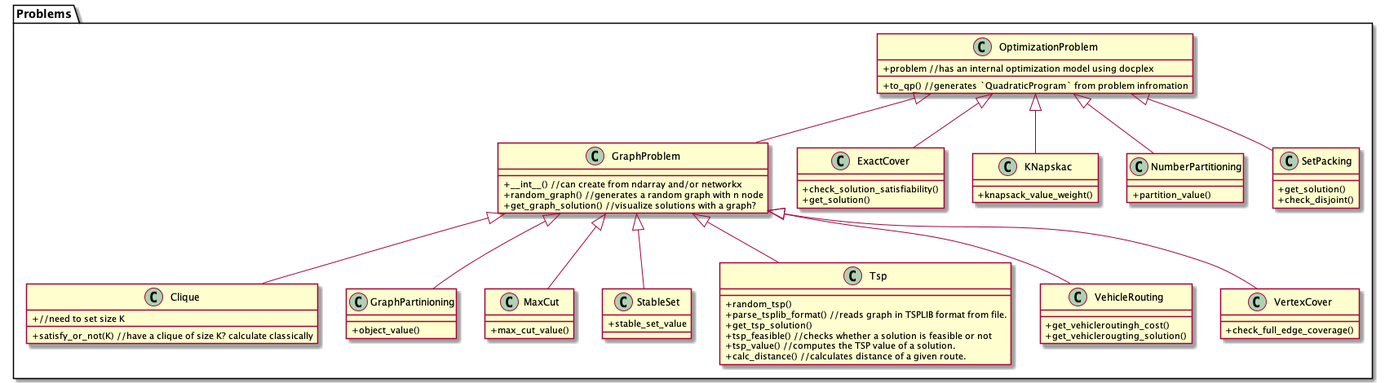
The PlantUML diagram out/problems/problems.png in a-matsuo/optimization_class, before a commit.
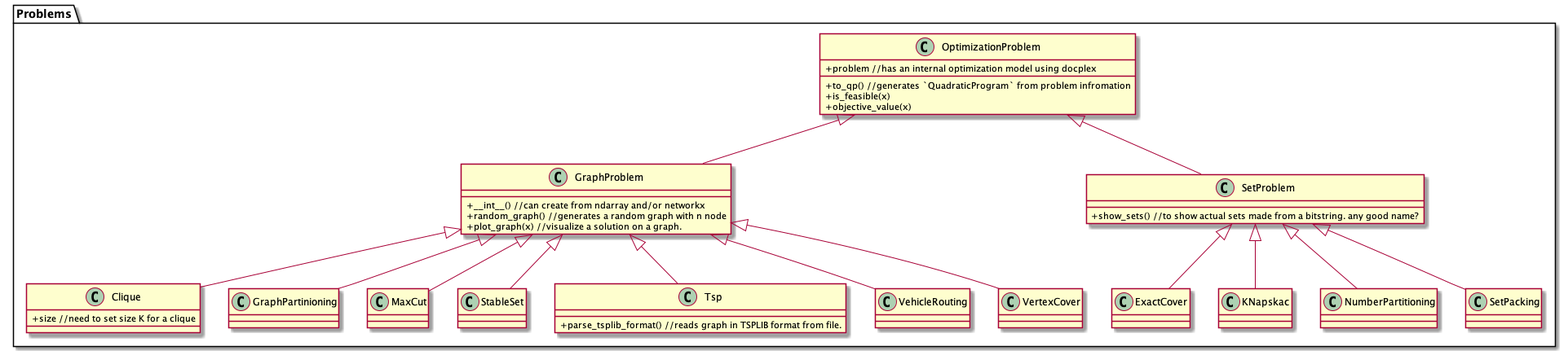
The same diagram one commit later.

Diff of the diagram source:
```diff
@@ -5,84 +5,78 @@
     {
         +problem //has an internal optimization model using docplex
         +to_qp() //generates `QuadraticProgram` from problem infromation
-
+        +is_feasible(x)
+        +objective_value(x)
     }
     class GraphProblem
     {
         +__int__() //can create from ndarray and/or networkx
         +random_graph() //generates a random graph with n node
-        +get_graph_solution() //visualize solutions with a graph?
-
+        +plot_graph(x) //visualize a solution on a graph.
     }
 
     class Clique
     {
-        +//need to set size K
-        +satisfy_or_not(K) //have a clique of size K? calculate classically
+        +size //need to set size K for a clique
     }
 
     class ExactCover
     {
-        +check_solution_satisfiability()
-        +get_solution()
     }
 
     class GraphPartinioning
     {
-        +object_value()
+
     }
 
     class KNapskac
     {
-        +knapsack_value_weight()
 
     }
 
     class MaxCut
     {
-        +max_cut_value()
+
+    }
+
+    class SetProblem
+    {
+        +show_sets() //to show actual sets made from a bitstring. any good name?
     }
 
     class NumberPartitioning
     {
-        +partition_value()
+
     }
 
     class SetPacking
     {
-        +get_solution()
-        +check_disjoint()
+
     }
 
     class StableSet
     {
-        +stable_set_value
+
     }
 
     class Tsp
     {
-        +random_tsp()
         +parse_tsplib_format() //reads graph in TSPLIB format from file.
-        +get_tsp_solution()
-        +tsp_feasible() //checks whether a solution is feasible or not
-        +tsp_value() //computes the TSP value of a solution.
-        +calc_distance() //calculates distance of a given route.
     }
 
     class VehicleRouting
     {
-        +get_vehicleroutingh_cost()
-        +get_vehiclerougting_solution()
     }
 
     class VertexCover
     {
-        +check_full_edge_coverage()
     }
 
 }
 
 OptimizationProblem <|-- GraphProblem
+OptimizationProblem <|-- SetProblem
+
 GraphProblem <|-- Clique
 GraphProblem <|-- GraphPartinioning
 GraphProblem <|-- MaxCut
@@ -91,8 +85,8 @@
 GraphProblem <|-- VehicleRouting
 GraphProblem <|-- VertexCover
 
-OptimizationProblem <|-- ExactCover
-OptimizationProblem <|-- SetPacking
-OptimizationProblem <|-- NumberPartitioning
-OptimizationProblem <|-- KNapskac
+SetProblem<|-- ExactCover
+SetProblem<|-- SetPacking
+SetProblem <|-- NumberPartitioning
+SetProblem <|-- KNapskac
 @enduml
```
